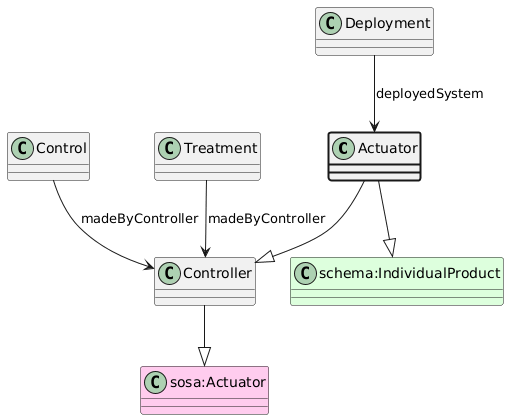
aus-plant-phenomics-network/appn-schema keeps this PlantUML diagram as ttl_uml/ttl_appn_Actuator.png. Above is the earlier version.
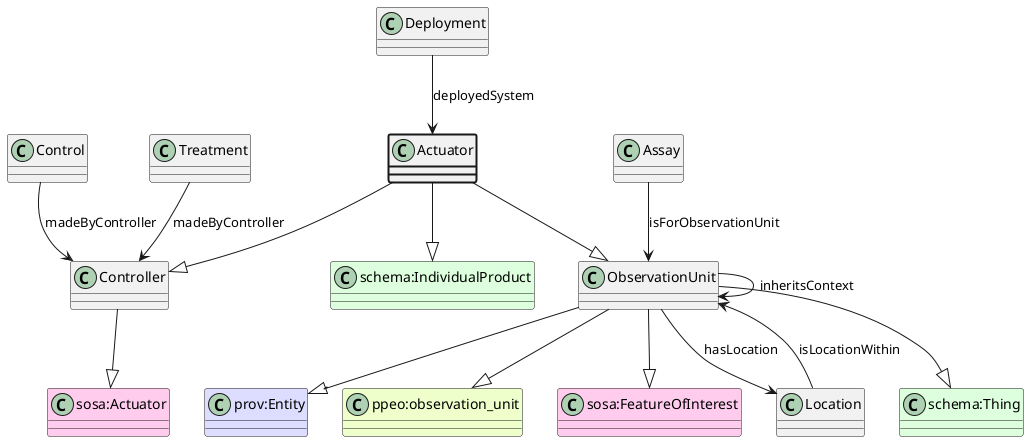
Above is the later version.

Diff of the diagram source:
```diff
@@ -4,6 +4,16 @@
 class "sosa:Actuator" #FFCCEE
 Controller --|> "sosa:Actuator"
 Actuator --|> Controller
+class ObservationUnit
+class "schema:Thing" #DDFFDD
+ObservationUnit --|> "schema:Thing"
+class "prov:Entity" #DDDDFF
+ObservationUnit --|> "prov:Entity"
+class "ppeo:observation_unit" #EEFFCC
+ObservationUnit --|> "ppeo:observation_unit"
+class "sosa:FeatureOfInterest" #FFCCEE
+ObservationUnit --|> "sosa:FeatureOfInterest"
+Actuator --|> ObservationUnit
 class "schema:IndividualProduct" #DDFFDD
 Actuator --|> "schema:IndividualProduct"
 class Deployment
@@ -12,4 +22,12 @@
 Control --> Controller : madeByController
 class Treatment
 Treatment --> Controller : madeByController
+class Assay
+Assay --> ObservationUnit : isForObservationUnit
+class ObservationUnit
+ObservationUnit --> ObservationUnit : inheritsContext
+class Location
+ObservationUnit --> Location : hasLocation
+class Location
+Location --> ObservationUnit : isLocationWithin
 @enduml
```
